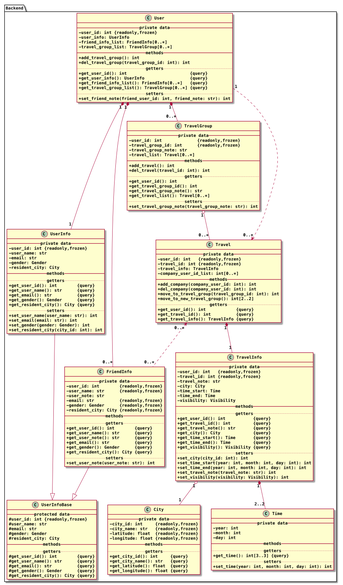
Before: doc/第二阶段课堂展示/ClassDiagram.backend.png, a diagram exported from PlantUML (skyetim/travel_planning_website). Its source is kept beside it as doc/第二阶段课堂展示/ClassDiagram.backend.puml.
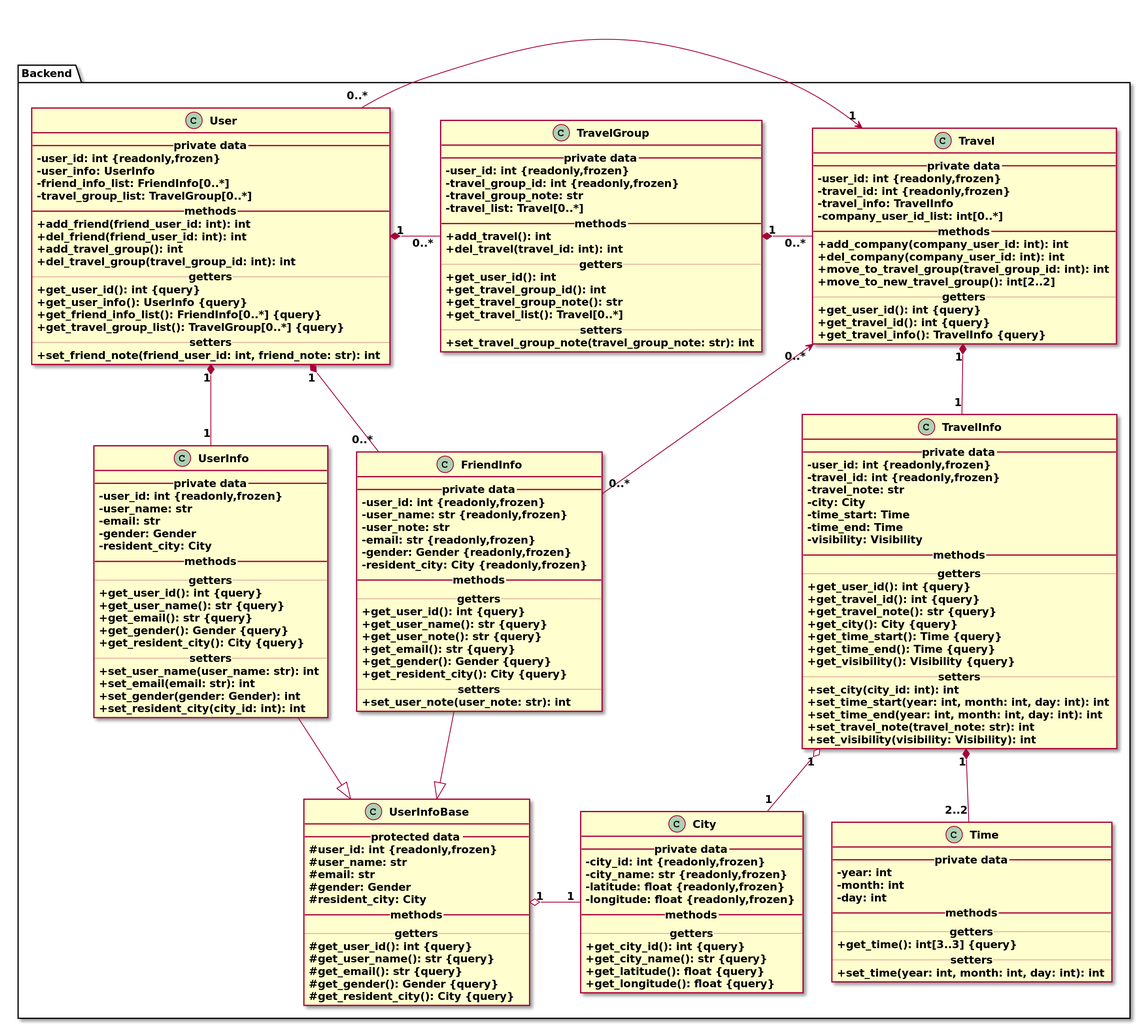
The same file after the commit.

Commit message:
chore: change class diagram and package diagram layout

Change to the diagram source:
```diff
@@ -16,6 +16,8 @@
         - friend_info_list: FriendInfo[0..*]
         - travel_group_list: TravelGroup[0..*]
         __ methods __
+        + add_friend(friend_user_id: int): int
+        + del_friend(friend_user_id: int): int
         + add_travel_group(): int
         + del_travel_group(travel_group_id: int): int
         .. getters ..
@@ -171,17 +173,18 @@
         + set_time(year: int, month: int, day: int): int
     }
 
-    User        "1"    *--     "1"    UserInfo
-    User        "1"    *--     "0..*" FriendInfo
-    User        "1"    *-down- "0..*" TravelGroup
-    UserInfo           --|>           UserInfoBase
-    FriendInfo         --|>           UserInfoBase
-    TravelGroup "1"    o-down- "0..*" Travel
-    Travel      "1"    *-down- "1"    TravelInfo
-    Travel      "0..*" <..     "1"    User
-    Travel      "0..*" <..     "0..*" FriendInfo
-    TravelInfo  "1"    o--     "1"    City
-    TravelInfo  "1"    *--     "2..2" Time
+    User         "1"    *-down-  "1"    UserInfo
+    User         "1"    *-down-  "0..*" FriendInfo
+    User         "1"    *-right- "0..*" TravelGroup : "     "
+    UserInfo            -down-|>        UserInfoBase
+    FriendInfo          -down-|>        UserInfoBase
+    UserInfoBase "1"    o-right- "1"    City : "     "
+    TravelGroup  "1"    *-right- "0..*" Travel : "     "
+    Travel       "1"    *-down-  "1"    TravelInfo
+    User         "0..*" -right-> "1"    Travel : "     "
+    FriendInfo   "0..*" -up->    "0..*" Travel
+    TravelInfo   "1"    o-down-  "1"    City
+    TravelInfo   "1"    *-down-  "2..2" Time
 }
 
 @enduml
```
